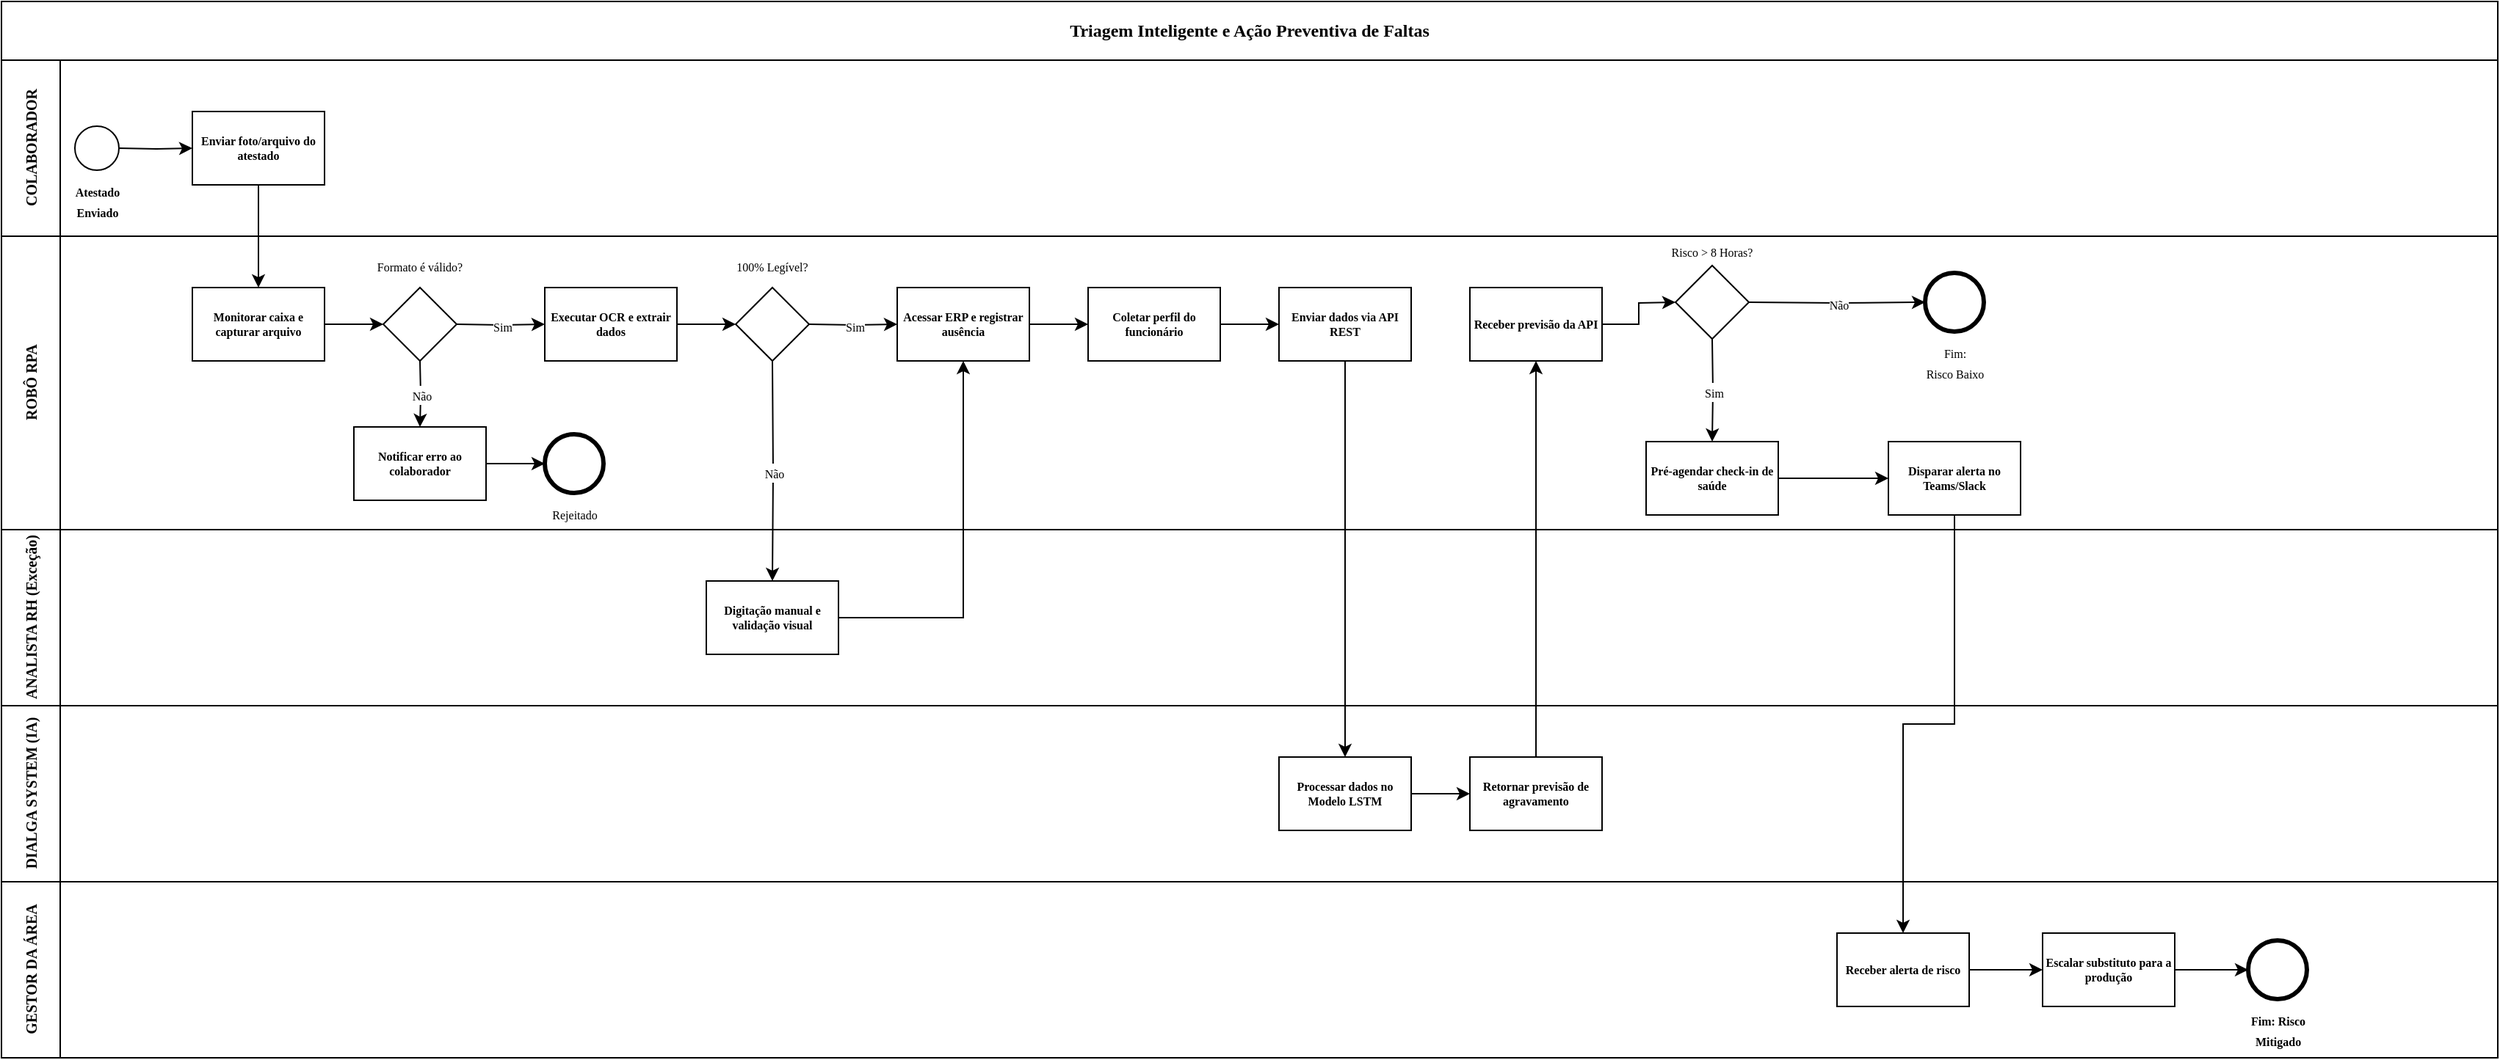
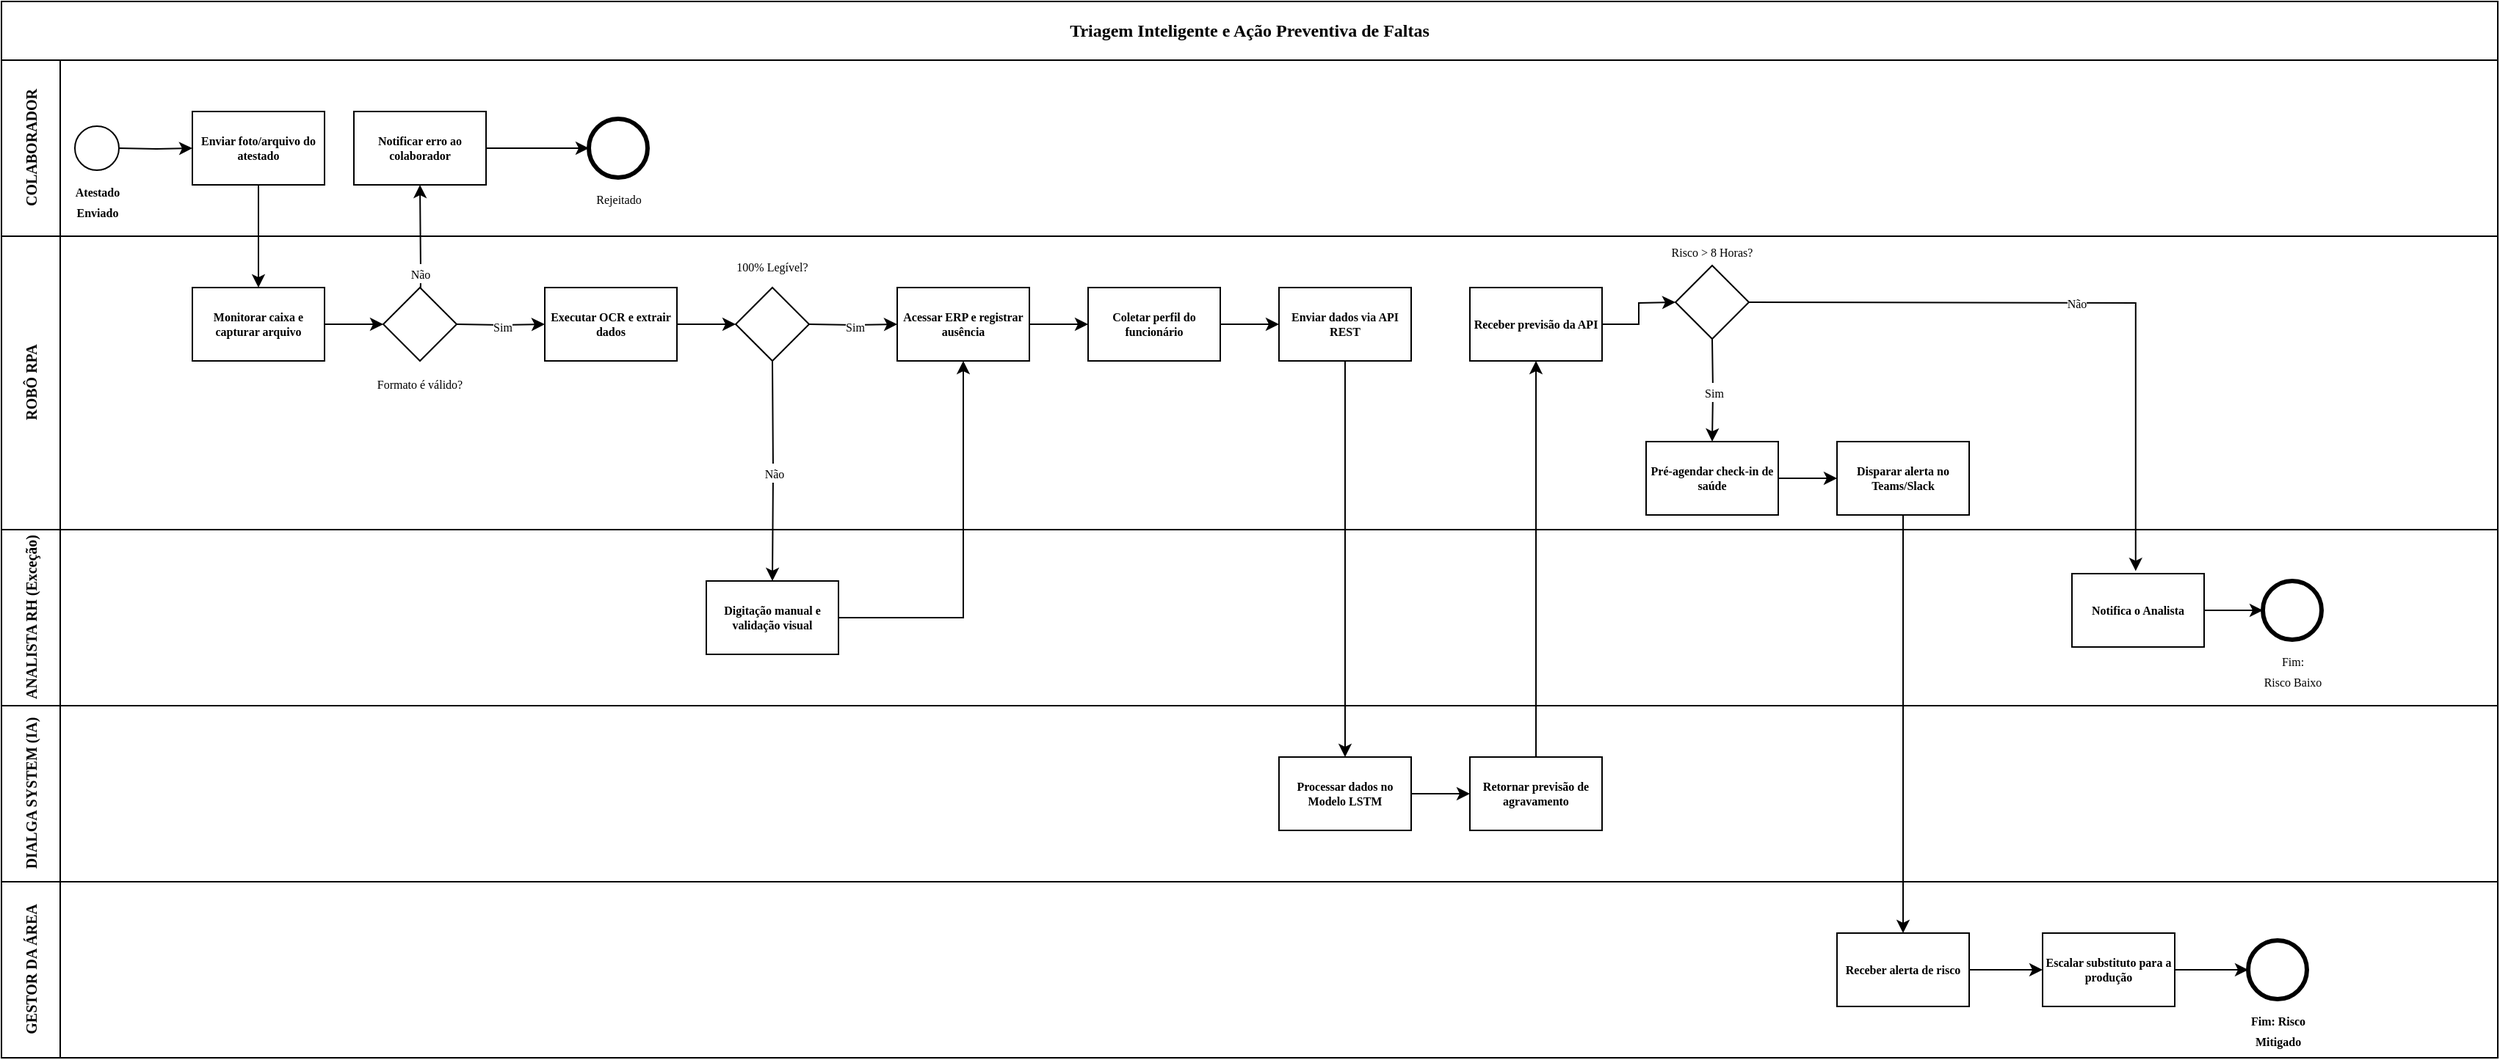
<mxfile host="app.diagrams.net">
  <diagram name="Triagem Inteligente" id="triagem-hr-bpmn">
-     <mxGraphModel dx="1413" dy="899" grid="1" gridSize="10" guides="1" tooltips="1" connect="1" arrows="1" fold="1" page="1" pageScale="1" pageWidth="1800" pageHeight="1169" math="0" shadow="0">
+     <mxGraphModel dx="1201" dy="560" grid="1" gridSize="10" guides="1" tooltips="1" connect="1" arrows="1" fold="1" page="1" pageScale="1" pageWidth="1800" pageHeight="1169" math="0" shadow="0">
      <root>
        <mxCell id="0" />
        <mxCell id="1" parent="0" />
        <mxCell id="pool_main" parent="1" style="swimlane;html=1;childLayout=stackLayout;resizeParent=1;resizeParentMax=0;horizontal=1;startSize=40;horizontalStack=0;whiteSpace=wrap;fontFamily=Times New Roman;fontStyle=1" value="Triagem Inteligente e Ação Preventiva de Faltas" vertex="1">
          <mxGeometry height="720" width="1700" x="40" y="40" as="geometry" />
        </mxCell>
        <mxCell id="lane_colab" parent="pool_main" style="swimlane;html=1;startSize=40;horizontal=0;fontFamily=Times New Roman;fontSize=10;" value="COLABORADOR" vertex="1">
          <mxGeometry height="120" width="1700" y="40" as="geometry" />
        </mxCell>
        <mxCell id="task_enviar" parent="lane_colab" style="shape=mxgraph.bpmn.task2;whiteSpace=wrap;rectStyle=rounded;size=10;html=1;container=1;expand=0;collapsible=0;taskMarker=abstract;fontFamily=Times New Roman;fontSize=8;" value="&lt;b&gt;Enviar foto/arquivo do atestado&lt;/b&gt;" vertex="1">
          <mxGeometry height="50" width="90" x="130" y="35" as="geometry" />
        </mxCell>
        <mxCell id="edge_1" edge="1" parent="lane_colab" style="edgeStyle=orthogonalEdgeStyle;rounded=0;orthogonalLoop=1;jettySize=auto;html=1;" target="task_enviar">
          <mxGeometry relative="1" as="geometry">
            <mxPoint x="80" y="60" as="sourcePoint" />
          </mxGeometry>
        </mxCell>
        <mxCell id="sT-R3vxq-VW6Zg2_ZfoO-9" parent="lane_colab" style="points=[[0.145,0.145,0],[0.5,0,0],[0.855,0.145,0],[1,0.5,0],[0.855,0.855,0],[0.5,1,0],[0.145,0.855,0],[0,0.5,0]];shape=mxgraph.bpmn.event;html=1;verticalLabelPosition=bottom;labelBackgroundColor=#ffffff;verticalAlign=top;align=center;perimeter=ellipsePerimeter;outlineConnect=0;aspect=fixed;outline=standard;symbol=general;" value="&lt;b style=&quot;font-family: &amp;quot;Times New Roman&amp;quot;; font-size: 8px;&quot;&gt;Atestado&lt;br&gt;Enviado&lt;/b&gt;" vertex="1">
          <mxGeometry height="30" width="30" x="50" y="45" as="geometry" />
        </mxCell>
+         <mxCell id="task_erro" parent="lane_colab" style="shape=mxgraph.bpmn.task2;whiteSpace=wrap;rectStyle=rounded;size=10;html=1;container=1;expand=0;collapsible=0;taskMarker=abstract;fontFamily=Times New Roman;fontSize=8;" value="&lt;b&gt;Notificar erro ao colaborador&lt;/b&gt;" vertex="1">
+           <mxGeometry height="50" width="90" x="240" y="35" as="geometry" />
+         </mxCell>
+         <mxCell id="end_erro" parent="lane_colab" style="shape=mxgraph.bpmn.event;html=1;verticalLabelPosition=bottom;labelBackgroundColor=#ffffff;verticalAlign=top;align=center;perimeter=ellipsePerimeter;outlineConnect=0;aspect=fixed;outline=end;symbol=terminate2;" value="&lt;font face=&quot;Times New Roman&quot; style=&quot;font-size: 8px;&quot;&gt;Rejeitado&lt;/font&gt;" vertex="1">
+           <mxGeometry height="40" width="40" x="400" y="40" as="geometry" />
+         </mxCell>
+         <mxCell id="edge_erro_fim" edge="1" parent="lane_colab" source="task_erro" style="edgeStyle=orthogonalEdgeStyle;rounded=0;orthogonalLoop=1;jettySize=auto;html=1;" target="end_erro">
+           <mxGeometry relative="1" as="geometry" />
+         </mxCell>
        <mxCell id="lane_rpa" parent="pool_main" style="swimlane;html=1;startSize=40;horizontal=0;fontFamily=Times New Roman;fontSize=10;" value="ROBÔ RPA" vertex="1">
          <mxGeometry height="200" width="1700" y="160" as="geometry" />
        </mxCell>
        <mxCell id="task_monit" parent="lane_rpa" style="shape=mxgraph.bpmn.task2;whiteSpace=wrap;rectStyle=rounded;size=10;html=1;container=1;expand=0;collapsible=0;taskMarker=abstract;fontFamily=Times New Roman;fontSize=8;" value="&lt;b&gt;Monitorar caixa e capturar arquivo&lt;/b&gt;" vertex="1">
          <mxGeometry height="50" width="90" x="130" y="35" as="geometry" />
-         </mxCell>
-         <mxCell id="task_erro" parent="lane_rpa" style="shape=mxgraph.bpmn.task2;whiteSpace=wrap;rectStyle=rounded;size=10;html=1;container=1;expand=0;collapsible=0;taskMarker=abstract;fontFamily=Times New Roman;fontSize=8;" value="&lt;b&gt;Notificar erro ao colaborador&lt;/b&gt;" vertex="1">
-           <mxGeometry height="50" width="90" x="240" y="130" as="geometry" />
-         </mxCell>
-         <mxCell id="end_erro" parent="lane_rpa" style="shape=mxgraph.bpmn.event;html=1;verticalLabelPosition=bottom;labelBackgroundColor=#ffffff;verticalAlign=top;align=center;perimeter=ellipsePerimeter;outlineConnect=0;aspect=fixed;outline=end;symbol=terminate2;" value="&lt;font face=&quot;Times New Roman&quot; style=&quot;font-size: 8px;&quot;&gt;Rejeitado&lt;/font&gt;" vertex="1">
-           <mxGeometry height="40" width="40" x="370" y="135" as="geometry" />
        </mxCell>
        <mxCell id="task_ocr" parent="lane_rpa" style="shape=mxgraph.bpmn.task2;whiteSpace=wrap;rectStyle=rounded;size=10;html=1;container=1;expand=0;collapsible=0;taskMarker=abstract;fontFamily=Times New Roman;fontSize=8;" value="&lt;b&gt;Executar OCR e extrair dados&lt;/b&gt;" vertex="1">
          <mxGeometry height="50" width="90" x="370" y="35" as="geometry" />
        </mxCell>
        <mxCell id="task_erp" parent="lane_rpa" style="shape=mxgraph.bpmn.task2;whiteSpace=wrap;rectStyle=rounded;size=10;html=1;container=1;expand=0;collapsible=0;taskMarker=abstract;fontFamily=Times New Roman;fontSize=8;" value="&lt;b&gt;Acessar ERP e registrar ausência&lt;/b&gt;" vertex="1">
          <mxGeometry height="50" width="90" x="610" y="35" as="geometry" />
        </mxCell>
        <mxCell id="task_perfil" parent="lane_rpa" style="shape=mxgraph.bpmn.task2;whiteSpace=wrap;rectStyle=rounded;size=10;html=1;container=1;expand=0;collapsible=0;taskMarker=abstract;fontFamily=Times New Roman;fontSize=8;" value="&lt;b&gt;Coletar perfil do funcionário&lt;/b&gt;" vertex="1">
          <mxGeometry height="50" width="90" x="740" y="35" as="geometry" />
        </mxCell>
        <mxCell id="task_enviar_api" parent="lane_rpa" style="shape=mxgraph.bpmn.task2;whiteSpace=wrap;rectStyle=rounded;size=10;html=1;container=1;expand=0;collapsible=0;taskMarker=abstract;fontFamily=Times New Roman;fontSize=8;" value="&lt;b&gt;Enviar dados via API REST&lt;/b&gt;" vertex="1">
          <mxGeometry height="50" width="90" x="870" y="35" as="geometry" />
        </mxCell>
        <mxCell id="task_rec_api" parent="lane_rpa" style="shape=mxgraph.bpmn.task2;whiteSpace=wrap;rectStyle=rounded;size=10;html=1;container=1;expand=0;collapsible=0;taskMarker=abstract;fontFamily=Times New Roman;fontSize=8;" value="&lt;b&gt;Receber previsão da API&lt;/b&gt;" vertex="1">
          <mxGeometry height="50" width="90" x="1000" y="35" as="geometry" />
        </mxCell>
-         <mxCell id="end_baixo_risco" parent="lane_rpa" style="shape=mxgraph.bpmn.event;html=1;verticalLabelPosition=bottom;labelBackgroundColor=#ffffff;verticalAlign=top;align=center;perimeter=ellipsePerimeter;outlineConnect=0;aspect=fixed;outline=end;symbol=general;" value="&lt;font face=&quot;Times New Roman&quot; style=&quot;font-size: 8px;&quot;&gt;Fim:&lt;br&gt;Risco Baixo&lt;/font&gt;" vertex="1">
-           <mxGeometry height="40" width="40" x="1310" y="25" as="geometry" />
-         </mxCell>
        <mxCell id="task_preagendar" parent="lane_rpa" style="shape=mxgraph.bpmn.task2;whiteSpace=wrap;rectStyle=rounded;size=10;html=1;container=1;expand=0;collapsible=0;taskMarker=abstract;fontFamily=Times New Roman;fontSize=8;" value="&lt;b&gt;Pré-agendar check-in de saúde&lt;/b&gt;" vertex="1">
          <mxGeometry height="50" width="90" x="1120" y="140" as="geometry" />
        </mxCell>
        <mxCell id="task_alerta" parent="lane_rpa" style="shape=mxgraph.bpmn.task2;whiteSpace=wrap;rectStyle=rounded;size=10;html=1;container=1;expand=0;collapsible=0;taskMarker=abstract;fontFamily=Times New Roman;fontSize=8;" value="&lt;b&gt;Disparar alerta no Teams/Slack&lt;/b&gt;" vertex="1">
-           <mxGeometry height="50" width="90" x="1285" y="140" as="geometry" />
+           <mxGeometry height="50" width="90" x="1250" y="140" as="geometry" />
        </mxCell>
        <mxCell id="edge_monit_gw" edge="1" parent="lane_rpa" source="task_monit" style="edgeStyle=orthogonalEdgeStyle;rounded=0;orthogonalLoop=1;jettySize=auto;html=1;">
          <mxGeometry relative="1" as="geometry">
            <mxPoint x="260" y="60" as="targetPoint" />
          </mxGeometry>
        </mxCell>
        <mxCell id="edge_gw_erro" edge="1" parent="lane_rpa" style="edgeStyle=orthogonalEdgeStyle;rounded=0;orthogonalLoop=1;jettySize=auto;html=1;" target="task_erro" value="&lt;font face=&quot;Times New Roman&quot; style=&quot;font-size: 8px;&quot;&gt;Não&lt;/font&gt;">
          <mxGeometry relative="1" as="geometry">
            <mxPoint x="285" y="85" as="sourcePoint" />
          </mxGeometry>
-         </mxCell>
-         <mxCell id="edge_erro_fim" edge="1" parent="lane_rpa" source="task_erro" style="edgeStyle=orthogonalEdgeStyle;rounded=0;orthogonalLoop=1;jettySize=auto;html=1;" target="end_erro">
-           <mxGeometry relative="1" as="geometry" />
        </mxCell>
        <mxCell id="edge_gw_ocr" edge="1" parent="lane_rpa" style="edgeStyle=orthogonalEdgeStyle;rounded=0;orthogonalLoop=1;jettySize=auto;html=1;" target="task_ocr" value="&lt;font face=&quot;Times New Roman&quot; style=&quot;font-size: 8px;&quot;&gt;Sim&lt;/font&gt;">
          <mxGeometry relative="1" as="geometry">
            <mxPoint x="310" y="60" as="sourcePoint" />
          </mxGeometry>
        </mxCell>
        <mxCell id="edge_ocr_legivel" edge="1" parent="lane_rpa" source="task_ocr" style="edgeStyle=orthogonalEdgeStyle;rounded=0;orthogonalLoop=1;jettySize=auto;html=1;">
          <mxGeometry relative="1" as="geometry">
            <mxPoint x="500" y="60" as="targetPoint" />
          </mxGeometry>
        </mxCell>
        <mxCell id="edge_leg_erp" edge="1" parent="lane_rpa" style="edgeStyle=orthogonalEdgeStyle;rounded=0;orthogonalLoop=1;jettySize=auto;html=1;" target="task_erp" value="&lt;font face=&quot;Times New Roman&quot; style=&quot;font-size: 8px;&quot;&gt;Sim&lt;/font&gt;">
          <mxGeometry relative="1" as="geometry">
            <mxPoint x="550" y="60" as="sourcePoint" />
          </mxGeometry>
        </mxCell>
        <mxCell id="edge_erp_perf" edge="1" parent="lane_rpa" source="task_erp" style="edgeStyle=orthogonalEdgeStyle;rounded=0;orthogonalLoop=1;jettySize=auto;html=1;" target="task_perfil">
          <mxGeometry relative="1" as="geometry" />
        </mxCell>
        <mxCell id="edge_perf_api" edge="1" parent="lane_rpa" source="task_perfil" style="edgeStyle=orthogonalEdgeStyle;rounded=0;orthogonalLoop=1;jettySize=auto;html=1;" target="task_enviar_api">
          <mxGeometry relative="1" as="geometry" />
        </mxCell>
        <mxCell id="edge_rec_gwrisco" edge="1" parent="lane_rpa" source="task_rec_api" style="edgeStyle=orthogonalEdgeStyle;rounded=0;orthogonalLoop=1;jettySize=auto;html=1;">
          <mxGeometry relative="1" as="geometry">
            <mxPoint x="1140" y="45" as="targetPoint" />
          </mxGeometry>
        </mxCell>
-         <mxCell id="edge_risco_fim" edge="1" parent="lane_rpa" style="edgeStyle=orthogonalEdgeStyle;rounded=0;orthogonalLoop=1;jettySize=auto;html=1;" target="end_baixo_risco" value="&lt;font face=&quot;Times New Roman&quot; style=&quot;font-size: 8px;&quot;&gt;Não&lt;/font&gt;">
+         <mxCell id="edge_risco_fim" edge="1" parent="lane_rpa" style="edgeStyle=orthogonalEdgeStyle;rounded=0;orthogonalLoop=1;jettySize=auto;html=1;entryX=0.482;entryY=-0.036;entryDx=0;entryDy=0;entryPerimeter=0;" target="w6gpDIYn4kX8KqwDL9JL-1" value="&lt;font face=&quot;Times New Roman&quot; style=&quot;font-size: 8px;&quot;&gt;Não&lt;/font&gt;">
          <mxGeometry relative="1" as="geometry">
            <mxPoint x="1190" y="45" as="sourcePoint" />
+             <mxPoint x="1310" y="45" as="targetPoint" />
          </mxGeometry>
        </mxCell>
        <mxCell id="edge_risco_pre" edge="1" parent="lane_rpa" style="edgeStyle=orthogonalEdgeStyle;rounded=0;orthogonalLoop=1;jettySize=auto;html=1;" target="task_preagendar" value="&lt;font face=&quot;Times New Roman&quot; style=&quot;font-size: 8px;&quot;&gt;Sim&lt;/font&gt;">
          <mxGeometry relative="1" as="geometry">
            <mxPoint x="1165" y="70" as="sourcePoint" />
          </mxGeometry>
        </mxCell>
        <mxCell id="edge_pre_alert" edge="1" parent="lane_rpa" source="task_preagendar" style="edgeStyle=orthogonalEdgeStyle;rounded=0;orthogonalLoop=1;jettySize=auto;html=1;" target="task_alerta">
          <mxGeometry relative="1" as="geometry" />
        </mxCell>
        <mxCell id="sT-R3vxq-VW6Zg2_ZfoO-2" parent="lane_rpa" style="text;html=1;whiteSpace=wrap;strokeColor=none;fillColor=none;align=center;verticalAlign=middle;rounded=0;" value="&lt;font style=&quot;font-size: 8px;&quot; face=&quot;Times New Roman&quot;&gt;Formato é válido?&lt;/font&gt;" vertex="1">
-           <mxGeometry height="30" width="70" x="250" y="5" as="geometry" />
+           <mxGeometry height="30" width="70" x="250" y="85" as="geometry" />
        </mxCell>
        <mxCell id="sT-R3vxq-VW6Zg2_ZfoO-3" parent="lane_rpa" style="points=[[0.25,0.25,0],[0.5,0,0],[0.75,0.25,0],[1,0.5,0],[0.75,0.75,0],[0.5,1,0],[0.25,0.75,0],[0,0.5,0]];shape=mxgraph.bpmn.gateway2;html=1;verticalLabelPosition=bottom;labelBackgroundColor=#ffffff;verticalAlign=top;align=center;perimeter=rhombusPerimeter;outlineConnect=0;outline=none;symbol=none;" value="" vertex="1">
          <mxGeometry height="50" width="50" x="260" y="35" as="geometry" />
        </mxCell>
        <mxCell id="sT-R3vxq-VW6Zg2_ZfoO-4" parent="lane_rpa" style="text;html=1;whiteSpace=wrap;strokeColor=none;fillColor=none;align=center;verticalAlign=middle;rounded=0;" value="&lt;font style=&quot;font-size: 8px;&quot; face=&quot;Times New Roman&quot;&gt;100% Legível?&lt;/font&gt;" vertex="1">
          <mxGeometry height="30" width="70" x="490" y="5" as="geometry" />
        </mxCell>
        <mxCell id="sT-R3vxq-VW6Zg2_ZfoO-5" parent="lane_rpa" style="points=[[0.25,0.25,0],[0.5,0,0],[0.75,0.25,0],[1,0.5,0],[0.75,0.75,0],[0.5,1,0],[0.25,0.75,0],[0,0.5,0]];shape=mxgraph.bpmn.gateway2;html=1;verticalLabelPosition=bottom;labelBackgroundColor=#ffffff;verticalAlign=top;align=center;perimeter=rhombusPerimeter;outlineConnect=0;outline=none;symbol=none;" value="" vertex="1">
          <mxGeometry height="50" width="50" x="500" y="35" as="geometry" />
        </mxCell>
        <mxCell id="sT-R3vxq-VW6Zg2_ZfoO-7" parent="lane_rpa" style="text;html=1;whiteSpace=wrap;strokeColor=none;fillColor=none;align=center;verticalAlign=middle;rounded=0;" value="&lt;span style=&quot;font-family: &amp;quot;Times New Roman&amp;quot;; font-size: 8px; white-space: nowrap; background-color: rgb(255, 255, 255);&quot;&gt;Risco &amp;gt; 8 Horas?&lt;/span&gt;" vertex="1">
          <mxGeometry height="30" width="70" x="1130" y="-5" as="geometry" />
        </mxCell>
        <mxCell id="sT-R3vxq-VW6Zg2_ZfoO-8" parent="lane_rpa" style="points=[[0.25,0.25,0],[0.5,0,0],[0.75,0.25,0],[1,0.5,0],[0.75,0.75,0],[0.5,1,0],[0.25,0.75,0],[0,0.5,0]];shape=mxgraph.bpmn.gateway2;html=1;verticalLabelPosition=bottom;labelBackgroundColor=#ffffff;verticalAlign=top;align=center;perimeter=rhombusPerimeter;outlineConnect=0;outline=none;symbol=none;" value="" vertex="1">
          <mxGeometry height="50" width="50" x="1140" y="20" as="geometry" />
        </mxCell>
        <mxCell id="lane_rh" parent="pool_main" style="swimlane;html=1;startSize=40;horizontal=0;fontFamily=Times New Roman;fontSize=10;" value="ANALISTA RH (Exceção)" vertex="1">
          <mxGeometry height="120" width="1700" y="360" as="geometry" />
        </mxCell>
        <mxCell id="task_digita" parent="lane_rh" style="shape=mxgraph.bpmn.task2;whiteSpace=wrap;rectStyle=rounded;size=10;html=1;container=1;expand=0;collapsible=0;taskMarker=abstract;fontFamily=Times New Roman;fontSize=8;" value="&lt;b&gt;Digitação manual e validação visual&lt;/b&gt;" vertex="1">
          <mxGeometry height="50" width="90" x="480" y="35" as="geometry" />
+         </mxCell>
+         <mxCell id="w6gpDIYn4kX8KqwDL9JL-3" edge="1" parent="lane_rh" source="w6gpDIYn4kX8KqwDL9JL-1" style="edgeStyle=orthogonalEdgeStyle;rounded=0;orthogonalLoop=1;jettySize=auto;html=1;" target="w6gpDIYn4kX8KqwDL9JL-2">
+           <mxGeometry relative="1" as="geometry" />
+         </mxCell>
+         <mxCell id="w6gpDIYn4kX8KqwDL9JL-1" parent="lane_rh" style="shape=mxgraph.bpmn.task2;whiteSpace=wrap;rectStyle=rounded;size=10;html=1;container=1;expand=0;collapsible=0;taskMarker=abstract;fontFamily=Times New Roman;fontSize=8;" value="&lt;b&gt;Notifica o Analista&lt;/b&gt;" vertex="1">
+           <mxGeometry height="50" width="90" x="1410" y="30" as="geometry" />
+         </mxCell>
+         <mxCell id="w6gpDIYn4kX8KqwDL9JL-2" parent="lane_rh" style="shape=mxgraph.bpmn.event;html=1;verticalLabelPosition=bottom;labelBackgroundColor=#ffffff;verticalAlign=top;align=center;perimeter=ellipsePerimeter;outlineConnect=0;aspect=fixed;outline=end;symbol=general;" value="&lt;font face=&quot;Times New Roman&quot; style=&quot;font-size: 8px;&quot;&gt;Fim:&lt;br&gt;Risco Baixo&lt;/font&gt;" vertex="1">
+           <mxGeometry height="40" width="40" x="1540" y="35" as="geometry" />
        </mxCell>
        <mxCell id="lane_ia" parent="pool_main" style="swimlane;html=1;startSize=40;horizontal=0;fontFamily=Times New Roman;fontSize=10;" value="DIALGA SYSTEM (IA)" vertex="1">
          <mxGeometry height="120" width="1700" y="480" as="geometry" />
        </mxCell>
        <mxCell id="task_lstm" parent="lane_ia" style="shape=mxgraph.bpmn.task2;whiteSpace=wrap;rectStyle=rounded;size=10;html=1;container=1;expand=0;collapsible=0;taskMarker=abstract;fontFamily=Times New Roman;fontSize=8;" value="&lt;b&gt;Processar dados no Modelo LSTM&lt;/b&gt;" vertex="1">
          <mxGeometry height="50" width="90" x="870" y="35" as="geometry" />
        </mxCell>
        <mxCell id="task_ret_ia" parent="lane_ia" style="shape=mxgraph.bpmn.task2;whiteSpace=wrap;rectStyle=rounded;size=10;html=1;container=1;expand=0;collapsible=0;taskMarker=abstract;fontFamily=Times New Roman;fontSize=8;" value="&lt;b&gt;Retornar previsão de agravamento&lt;/b&gt;" vertex="1">
          <mxGeometry height="50" width="90" x="1000" y="35" as="geometry" />
        </mxCell>
        <mxCell id="edge_lstm_ret" edge="1" parent="lane_ia" source="task_lstm" style="edgeStyle=orthogonalEdgeStyle;rounded=0;orthogonalLoop=1;jettySize=auto;html=1;" target="task_ret_ia">
          <mxGeometry relative="1" as="geometry" />
        </mxCell>
        <mxCell id="lane_gestor" parent="pool_main" style="swimlane;html=1;startSize=40;horizontal=0;fontFamily=Times New Roman;fontSize=10;" value="GESTOR DA ÁREA" vertex="1">
          <mxGeometry height="120" width="1700" y="600" as="geometry" />
        </mxCell>
        <mxCell id="task_rec_alerta" parent="lane_gestor" style="shape=mxgraph.bpmn.task2;whiteSpace=wrap;rectStyle=rounded;size=10;html=1;container=1;expand=0;collapsible=0;taskMarker=abstract;fontFamily=Times New Roman;fontSize=8;" value="&lt;b&gt;Receber alerta de risco&lt;/b&gt;" vertex="1">
          <mxGeometry height="50" width="90" x="1250" y="35" as="geometry" />
        </mxCell>
        <mxCell id="task_substituto" parent="lane_gestor" style="shape=mxgraph.bpmn.task2;whiteSpace=wrap;rectStyle=rounded;size=10;html=1;container=1;expand=0;collapsible=0;taskMarker=abstract;fontFamily=Times New Roman;fontSize=8;" value="&lt;b&gt;Escalar substituto para a produção&lt;/b&gt;" vertex="1">
          <mxGeometry height="50" width="90" x="1390" y="35" as="geometry" />
        </mxCell>
        <mxCell id="end_mitigado" parent="lane_gestor" style="shape=mxgraph.bpmn.event;html=1;verticalLabelPosition=bottom;labelBackgroundColor=#ffffff;verticalAlign=top;align=center;perimeter=ellipsePerimeter;outlineConnect=0;aspect=fixed;outline=end;symbol=general;" value="&lt;font face=&quot;Times New Roman&quot; style=&quot;font-size: 8px;&quot;&gt;&lt;b&gt;Fim: Risco&lt;br&gt;Mitigado&lt;/b&gt;&lt;/font&gt;" vertex="1">
          <mxGeometry height="40" width="40" x="1530" y="40" as="geometry" />
        </mxCell>
        <mxCell id="edge_alerta_subs" edge="1" parent="lane_gestor" source="task_rec_alerta" style="edgeStyle=orthogonalEdgeStyle;rounded=0;orthogonalLoop=1;jettySize=auto;html=1;" target="task_substituto">
          <mxGeometry relative="1" as="geometry" />
        </mxCell>
        <mxCell id="edge_subs_fim" edge="1" parent="lane_gestor" source="task_substituto" style="edgeStyle=orthogonalEdgeStyle;rounded=0;orthogonalLoop=1;jettySize=auto;html=1;" target="end_mitigado">
          <mxGeometry relative="1" as="geometry" />
        </mxCell>
        <mxCell id="cross_envia_monit" edge="1" parent="pool_main" source="task_enviar" style="edgeStyle=orthogonalEdgeStyle;rounded=0;orthogonalLoop=1;jettySize=auto;html=1;" target="task_monit">
          <mxGeometry relative="1" as="geometry" />
        </mxCell>
        <mxCell id="cross_leg_digita" edge="1" parent="pool_main" style="edgeStyle=orthogonalEdgeStyle;rounded=0;orthogonalLoop=1;jettySize=auto;html=1;" target="task_digita" value="&lt;font face=&quot;Times New Roman&quot; style=&quot;font-size: 8px;&quot;&gt;Não&lt;/font&gt;">
          <mxGeometry relative="1" as="geometry">
            <mxPoint x="525" y="245" as="sourcePoint" />
          </mxGeometry>
        </mxCell>
        <mxCell id="cross_digita_erp" edge="1" parent="pool_main" source="task_digita" style="edgeStyle=orthogonalEdgeStyle;rounded=0;orthogonalLoop=1;jettySize=auto;html=1;" target="task_erp">
          <mxGeometry relative="1" as="geometry" />
        </mxCell>
        <mxCell id="cross_api_lstm" edge="1" parent="pool_main" source="task_enviar_api" style="edgeStyle=orthogonalEdgeStyle;rounded=0;orthogonalLoop=1;jettySize=auto;html=1;" target="task_lstm">
          <mxGeometry relative="1" as="geometry" />
        </mxCell>
        <mxCell id="cross_ret_rec" edge="1" parent="pool_main" source="task_ret_ia" style="edgeStyle=orthogonalEdgeStyle;rounded=0;orthogonalLoop=1;jettySize=auto;html=1;" target="task_rec_api">
          <mxGeometry relative="1" as="geometry" />
        </mxCell>
        <mxCell id="cross_alert_gestor" edge="1" parent="pool_main" source="task_alerta" style="edgeStyle=orthogonalEdgeStyle;rounded=0;orthogonalLoop=1;jettySize=auto;html=1;" target="task_rec_alerta">
          <mxGeometry relative="1" as="geometry" />
        </mxCell>
      </root>
    </mxGraphModel>
  </diagram>
</mxfile>
